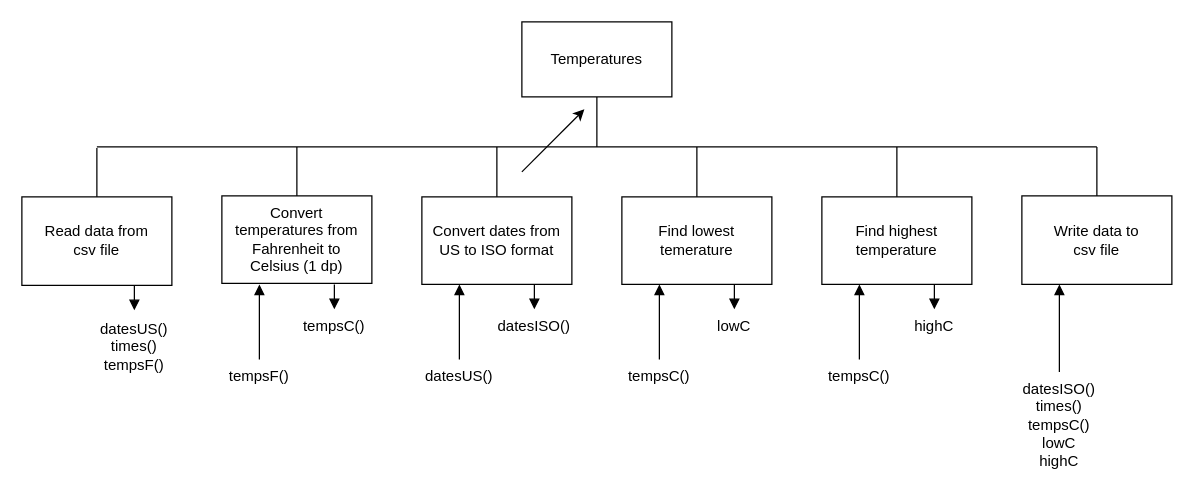
MrFriendCS/MrFriendCS.github.io keeps this draw.io diagram as page "sd3" (3 of 6) of h-cs/sdd/H-SDD-Temperature/assets/H SDD Temperature.drawio. Above is the earlier version. Source tidied: cells renumbered, new cells numbered last; positions are measured from the earlier drawing's top-left corner, leaving out a move shared by most shapes. Both pictures are drawn from the tidied source at 125%, with x=0, y=0 at pixel (21, 21).
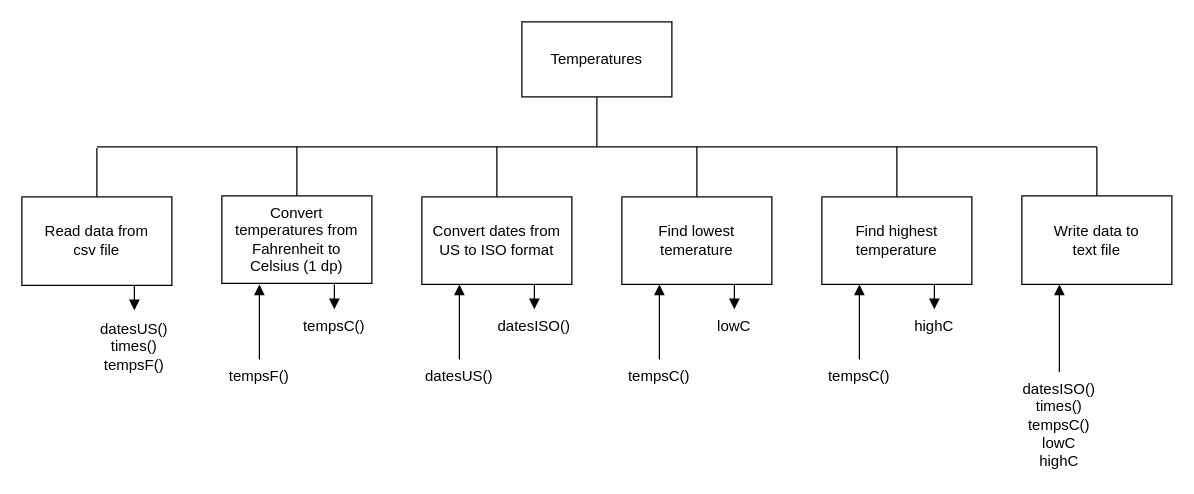
Above is the later version.

What changed in the source:
```diff
@@
-    <mxCell id="10" value="Write data to&lt;div&gt;csv file&lt;/div&gt;" style="rounded=0;whiteSpace=wrap;html=1;strokeColor=default;labelBackgroundColor=default;fontColor=default;spacingLeft=4;spacingRight=4;" parent="1" vertex="1">
+    <mxCell id="10" value="Write data to&lt;div&gt;text file&lt;/div&gt;" style="rounded=0;whiteSpace=wrap;html=1;strokeColor=default;labelBackgroundColor=default;fontColor=default;spacingLeft=4;spacingRight=4;" parent="1" vertex="1">
       <mxGeometry x="800" y="139.2" width="120" height="70.8" as="geometry" />
     </mxCell>
@@
-    <mxCell id="37" style="endArrow=classic;html=1;rounded=0;" parent="1" edge="1">
-      <mxGeometry relative="1" as="geometry">
-        <mxPoint x="400" y="120" as="sourcePoint" />
-        <mxPoint x="450" y="70" as="targetPoint" />
-      </mxGeometry>
-    </mxCell>
```
